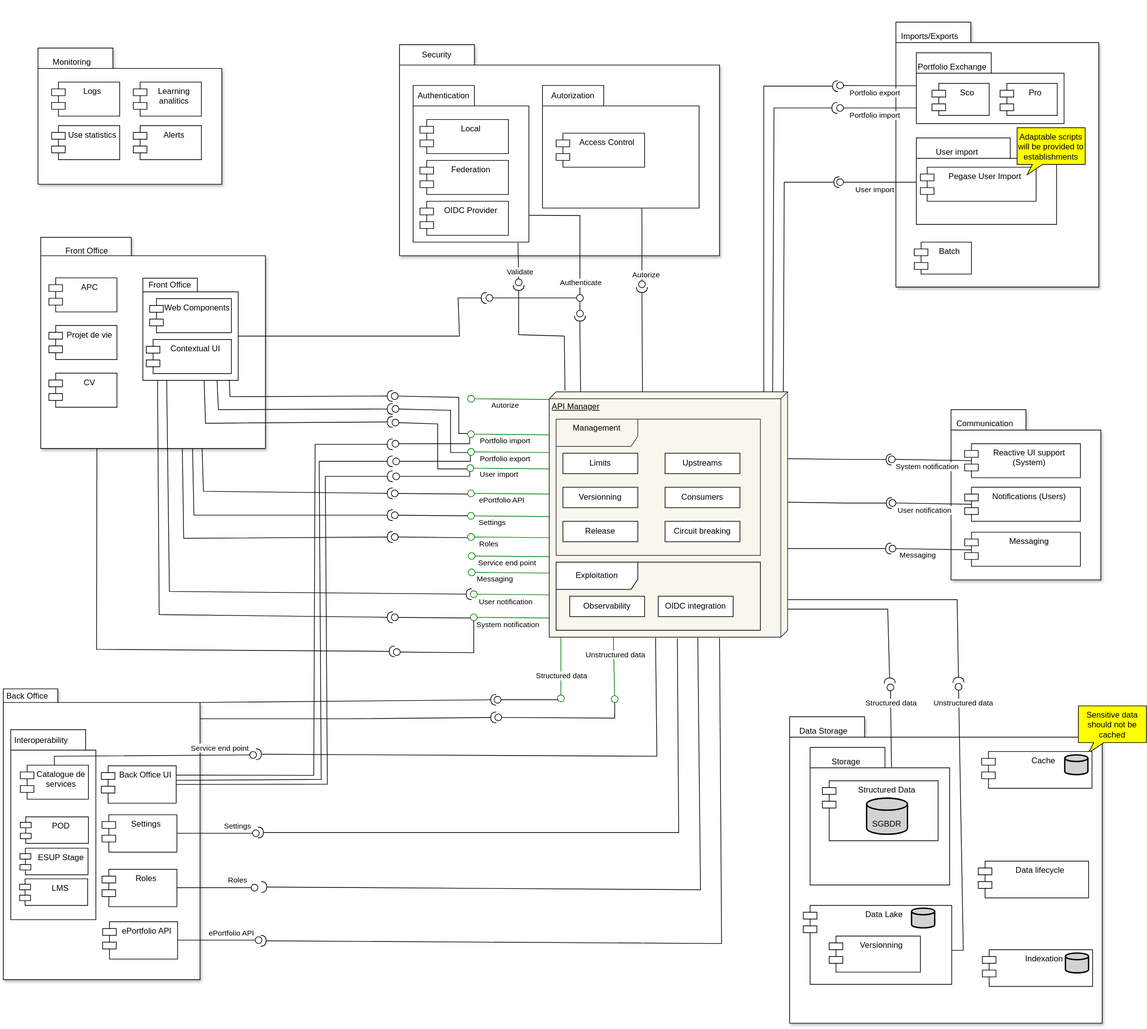
This is assets/images/architecture-components-diagram.svg from avenirs-esr/dev-doc, a draw.io export, as it was before one commit. Source tidied: cells renumbered, new cells last; positions are measured from the earlier drawing's top-left corner, leaving out a move shared by most shapes.
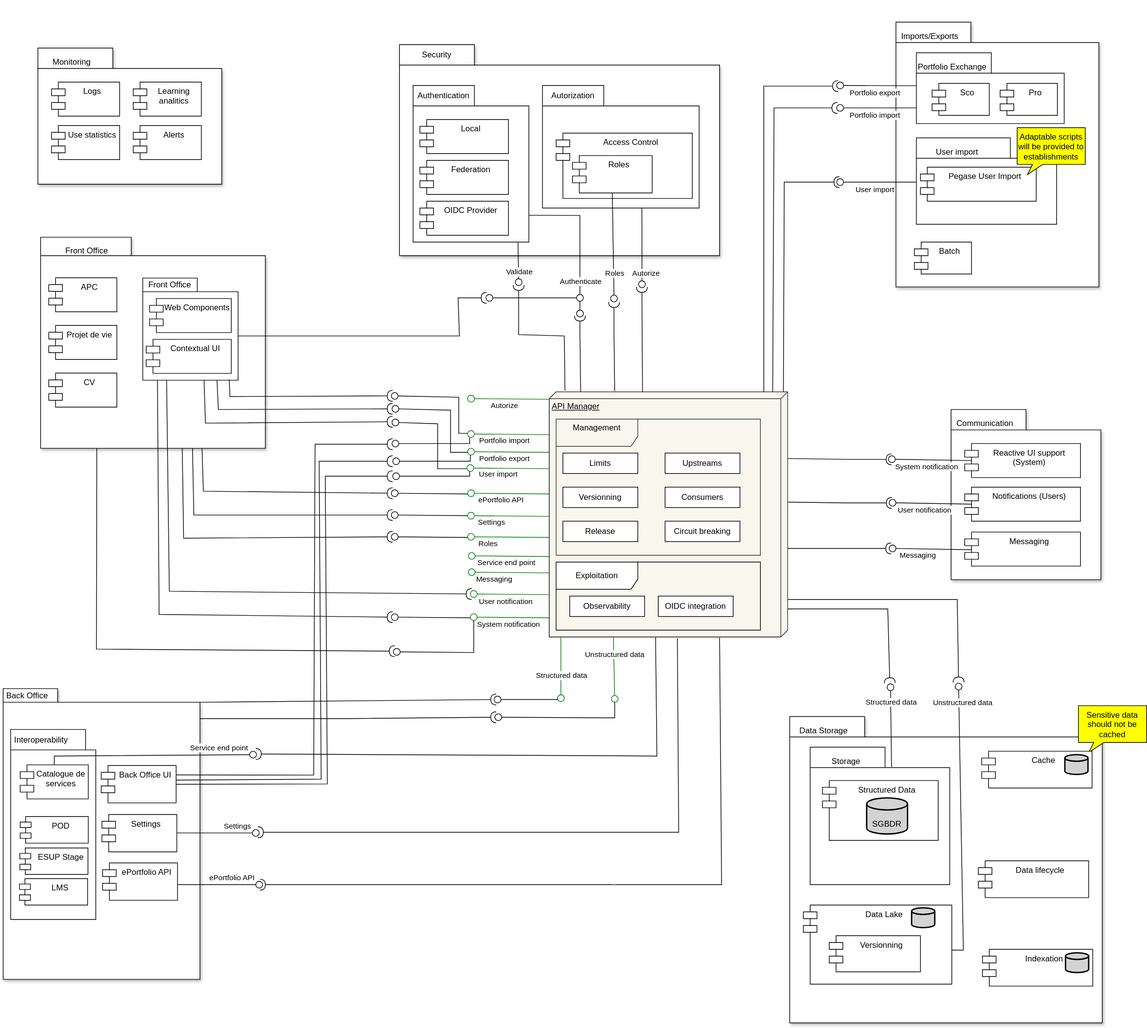
The same file after the commit.

Diff of the diagram source:
```diff
@@ -76,14 +76,11 @@
     <mxCell id="22" style="shape=folder;fontStyle=1;spacingTop=10;tabWidth=80;tabHeight=20;tabPosition=left;html=1;whiteSpace=wrap;shadow=1;strokeWidth=1;strokeColor=#000000;" parent="21" vertex="1">
       <mxGeometry x="-65" y="-64" width="289" height="427" as="geometry" />
     </mxCell>
-    <mxCell id="23" value="Roles" style="shape=module;align=left;spacingLeft=20;align=center;verticalAlign=top;whiteSpace=wrap;html=1;" parent="21" vertex="1">
-      <mxGeometry x="80" y="201" width="110" height="54.9" as="geometry" />
-    </mxCell>
     <mxCell id="24" value="Settings" style="shape=module;align=left;spacingLeft=20;align=center;verticalAlign=top;whiteSpace=wrap;html=1;" parent="21" vertex="1">
       <mxGeometry x="80" y="120.9" width="110" height="54.9" as="geometry" />
     </mxCell>
     <mxCell id="25" value="ePortfolio API" style="shape=module;align=left;spacingLeft=20;align=center;verticalAlign=top;whiteSpace=wrap;html=1;" parent="21" vertex="1">
-      <mxGeometry x="81" y="278" width="110" height="54.9" as="geometry" />
+      <mxGeometry x="81" y="192" width="110" height="54.9" as="geometry" />
     </mxCell>
     <mxCell id="26" value="Back Office UI" style="shape=module;align=left;spacingLeft=20;align=center;verticalAlign=top;whiteSpace=wrap;html=1;" parent="21" vertex="1">
       <mxGeometry x="79" y="49" width="110" height="54.9" as="geometry" />
@@ -128,17 +125,6 @@
         <mxPoint x="-13" y="-12" as="offset" />
       </mxGeometry>
     </mxCell>
-    <mxCell id="38" style="rounded=0;orthogonalLoop=1;jettySize=auto;html=1;endArrow=oval;endFill=0;sketch=0;sourcePerimeterSpacing=0;targetPerimeterSpacing=0;endSize=10;exitX=1;exitY=0.5;exitDx=0;exitDy=0;" parent="20" edge="1">
-      <mxGeometry relative="1" as="geometry">
-        <mxPoint x="255" y="1303" as="sourcePoint" />
-        <mxPoint x="369" y="1303" as="targetPoint" />
-      </mxGeometry>
-    </mxCell>
-    <mxCell id="39" value="Roles" style="edgeLabel;html=1;align=center;verticalAlign=middle;" parent="38" vertex="1">
-      <mxGeometry x="0.75" y="-1" relative="1" as="geometry">
-        <mxPoint x="-12" y="-13" as="offset" />
-      </mxGeometry>
-    </mxCell>
     <mxCell id="40" style="rounded=0;orthogonalLoop=1;jettySize=auto;html=1;endArrow=oval;endFill=0;sketch=0;sourcePerimeterSpacing=0;targetPerimeterSpacing=0;endSize=10;exitX=1;exitY=0.5;exitDx=0;exitDy=0;" parent="20" edge="1">
       <mxGeometry relative="1" as="geometry">
         <mxPoint x="255" y="1223" as="sourcePoint" />
@@ -152,8 +138,8 @@
     </mxCell>
     <mxCell id="42" style="rounded=0;orthogonalLoop=1;jettySize=auto;html=1;endArrow=oval;endFill=0;sketch=0;sourcePerimeterSpacing=0;targetPerimeterSpacing=0;endSize=10;exitX=1;exitY=0.5;exitDx=0;exitDy=0;" parent="20" edge="1">
       <mxGeometry relative="1" as="geometry">
-        <mxPoint x="256" y="1380" as="sourcePoint" />
-        <mxPoint x="375" y="1380" as="targetPoint" />
+        <mxPoint x="257" y="1299" as="sourcePoint" />
+        <mxPoint x="376" y="1299" as="targetPoint" />
       </mxGeometry>
     </mxCell>
     <mxCell id="43" value="ePortfolio API" style="edgeLabel;html=1;align=center;verticalAlign=middle;" parent="42" vertex="1">
@@ -190,7 +176,7 @@
       <mxGeometry x="210" y="60" width="230" height="180" as="geometry" />
     </mxCell>
     <mxCell id="54" value="Access Control" style="shape=module;align=left;spacingLeft=20;align=center;verticalAlign=top;whiteSpace=wrap;html=1;" parent="45" vertex="1">
-      <mxGeometry x="230" y="130" width="130" height="50" as="geometry" />
+      <mxGeometry x="230" y="130" width="200" height="96" as="geometry" />
     </mxCell>
     <mxCell id="55" value="&lt;div&gt;Autorization&lt;/div&gt;" style="text;html=1;align=center;verticalAlign=middle;whiteSpace=wrap;rounded=0;" parent="45" vertex="1">
       <mxGeometry x="210" y="60" width="90" height="30" as="geometry" />
@@ -204,6 +190,9 @@
     <mxCell id="57" value="Validate" style="edgeLabel;html=1;align=center;verticalAlign=middle;" parent="56" vertex="1">
       <mxGeometry x="0.47" y="1" relative="1" as="geometry" />
     </mxCell>
+    <mxCell id="23" value="Roles" style="shape=module;align=left;spacingLeft=20;align=center;verticalAlign=top;whiteSpace=wrap;html=1;" parent="45" vertex="1">
+      <mxGeometry x="254" y="163" width="117" height="54.9" as="geometry" />
+    </mxCell>
     <mxCell id="58" style="ellipse;whiteSpace=wrap;html=1;align=center;fillColor=none;strokeColor=none;perimeter=centerPerimeter;" parent="44" vertex="1">
       <mxGeometry x="685" y="609" width="10" height="10" as="geometry" />
     </mxCell>
@@ -237,6 +226,16 @@
         <mxPoint x="6" y="-10" as="offset" />
       </mxGeometry>
     </mxCell>
+    <mxCell id="247" style="rounded=0;jettySize=auto;html=1;endArrow=oval;endFill=0;sketch=0;sourcePerimeterSpacing=0;targetPerimeterSpacing=0;endSize=10;exitX=0.5;exitY=1;exitDx=0;exitDy=0;" parent="44" edge="1" source="23">
+      <mxGeometry relative="1" as="geometry">
+        <mxPoint x="897" y="438" as="targetPoint" />
+      </mxGeometry>
+    </mxCell>
+    <mxCell id="248" value="Roles" style="edgeLabel;html=1;align=center;verticalAlign=middle;" parent="247" vertex="1">
+      <mxGeometry x="0.75" y="-1" relative="1" as="geometry">
+        <mxPoint x="2" y="-18" as="offset" />
+      </mxGeometry>
+    </mxCell>
     <mxCell id="64" value="APIM" parent="0" />
     <mxCell id="65" style="group;" parent="64" vertex="1">
       <mxGeometry x="812" y="615" width="430" height="410" as="geometry" />
@@ -275,17 +274,6 @@
       <mxGeometry x="150" y="260" width="110" height="30" as="geometry" />
     </mxCell>
     <mxCell id="77" value="Interfaces APIM Back Office" parent="0" />
-    <mxCell id="78" style="rounded=0;orthogonalLoop=1;jettySize=auto;html=1;endArrow=oval;endFill=0;sketch=0;sourcePerimeterSpacing=0;targetPerimeterSpacing=0;endSize=10;exitX=0.74;exitY=0.997;exitDx=0;exitDy=0;exitPerimeter=0;strokeColor=green;" parent="77" edge="1">
-      <mxGeometry relative="1" as="geometry">
-        <mxPoint x="802" y="789" as="sourcePoint" />
-        <mxPoint x="687" y="788" as="targetPoint" />
-      </mxGeometry>
-    </mxCell>
-    <mxCell id="79" value="Roles" style="edgeLabel;html=1;align=center;verticalAlign=middle;" parent="78" vertex="1">
-      <mxGeometry x="0.75" y="-1" relative="1" as="geometry">
-        <mxPoint x="10" y="10" as="offset" />
-      </mxGeometry>
-    </mxCell>
     <mxCell id="80" style="rounded=0;orthogonalLoop=1;jettySize=auto;html=1;endArrow=oval;endFill=0;sketch=0;sourcePerimeterSpacing=0;targetPerimeterSpacing=0;endSize=10;exitX=0.74;exitY=0.997;exitDx=0;exitDy=0;exitPerimeter=0;strokeColor=green;" parent="77" edge="1">
       <mxGeometry relative="1" as="geometry">
         <mxPoint x="802" y="758" as="sourcePoint" />
@@ -365,6 +353,17 @@
         <mxPoint x="34" y="10" as="offset" />
       </mxGeometry>
     </mxCell>
+    <mxCell id="249" style="rounded=0;orthogonalLoop=1;jettySize=auto;html=1;endArrow=oval;endFill=0;sketch=0;sourcePerimeterSpacing=0;targetPerimeterSpacing=0;endSize=10;exitX=0.74;exitY=0.997;exitDx=0;exitDy=0;exitPerimeter=0;strokeColor=green;" parent="93" edge="1">
+      <mxGeometry relative="1" as="geometry">
+        <mxPoint x="802" y="789" as="sourcePoint" />
+        <mxPoint x="687" y="788" as="targetPoint" />
+      </mxGeometry>
+    </mxCell>
+    <mxCell id="250" value="Roles" style="edgeLabel;html=1;align=center;verticalAlign=middle;" parent="249" vertex="1">
+      <mxGeometry x="0.75" y="-1" relative="1" as="geometry">
+        <mxPoint x="10" y="10" as="offset" />
+      </mxGeometry>
+    </mxCell>
     <mxCell id="96" value="Interfaces APIM Data Storage" parent="0" />
     <mxCell id="97" style="rounded=0;orthogonalLoop=1;jettySize=auto;html=1;endArrow=oval;endFill=0;sketch=0;sourcePerimeterSpacing=0;targetPerimeterSpacing=0;endSize=10;strokeColor=green;" parent="96" edge="1">
       <mxGeometry relative="1" as="geometry">
@@ -769,6 +768,15 @@
         </Array>
       </mxGeometry>
     </mxCell>
+    <mxCell id="251" style="rounded=0;orthogonalLoop=1;jettySize=auto;html=1;endArrow=halfCircle;endFill=0;endSize=6;strokeWidth=1;sketch=0;" parent="184" edge="1">
+      <mxGeometry relative="1" as="geometry">
+        <mxPoint x="898" y="574" as="sourcePoint" />
+        <mxPoint x="897" y="443" as="targetPoint" />
+        <Array as="points">
+          <mxPoint x="897" y="492" />
+        </Array>
+      </mxGeometry>
+    </mxCell>
     <mxCell id="203" value="APIM - Front Office" parent="0" />
     <mxCell id="204" style="rounded=0;jettySize=auto;html=1;endArrow=halfCircle;endFill=0;endSize=6;strokeWidth=1;sketch=0;exitX=0.25;exitY=1;exitDx=0;exitDy=0;exitPerimeter=0;" parent="203" edge="1" source="12">
       <mxGeometry relative="1" as="geometry">
@@ -1036,15 +1044,6 @@
         </Array>
       </mxGeometry>
     </mxCell>
-    <mxCell id="240" style="rounded=0;orthogonalLoop=1;jettySize=auto;html=1;endArrow=halfCircle;endFill=0;endSize=6;strokeWidth=1;sketch=0;exitX=1.004;exitY=0.378;exitDx=0;exitDy=0;exitPerimeter=0;" parent="228" edge="1">
-      <mxGeometry relative="1" as="geometry">
-        <mxPoint x="1020" y="936" as="sourcePoint" />
-        <mxPoint x="379" y="1302" as="targetPoint" />
-        <Array as="points">
-          <mxPoint x="1024" y="1306" />
-        </Array>
-      </mxGeometry>
-    </mxCell>
     <mxCell id="241" style="rounded=0;orthogonalLoop=1;jettySize=auto;html=1;endArrow=halfCircle;endFill=0;endSize=6;strokeWidth=1;sketch=0;exitX=1.006;exitY=0.463;exitDx=0;exitDy=0;exitPerimeter=0;" parent="228" edge="1">
       <mxGeometry relative="1" as="geometry">
         <mxPoint x="990" y="937" as="sourcePoint" />
@@ -1057,9 +1056,9 @@
     <mxCell id="242" value="-" style="rounded=0;orthogonalLoop=1;jettySize=auto;html=1;endArrow=halfCircle;endFill=0;endSize=6;strokeWidth=1;sketch=0;exitX=1.002;exitY=0.286;exitDx=0;exitDy=0;exitPerimeter=0;" parent="228" edge="1">
       <mxGeometry relative="1" as="geometry">
         <mxPoint x="1052" y="936" as="sourcePoint" />
-        <mxPoint x="378" y="1381" as="targetPoint" />
+        <mxPoint x="377" y="1299" as="targetPoint" />
         <Array as="points">
-          <mxPoint x="1055" y="1385" />
+          <mxPoint x="1055" y="1299" />
         </Array>
       </mxGeometry>
     </mxCell>
```
